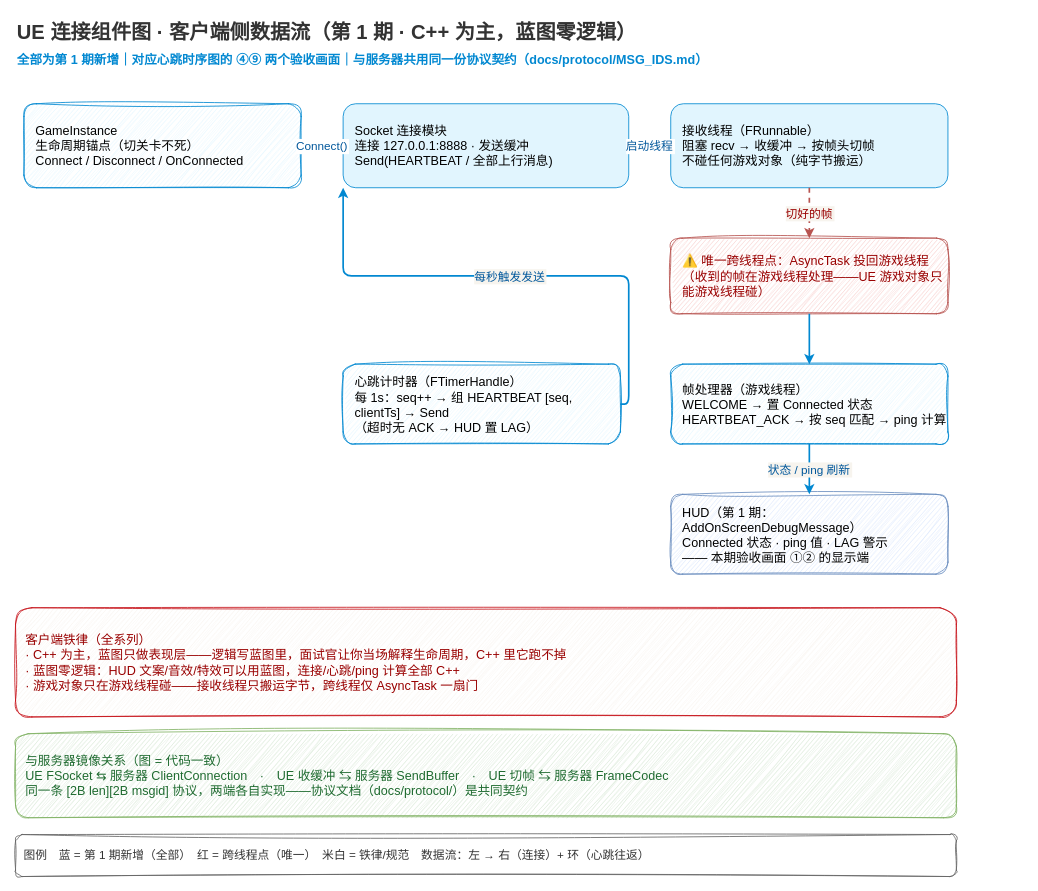
This is docs/episodes/ep01/ue_connection.drawio from x-PiXiu/Sightline, a draw.io file, before an edit. Source tidied: cells renumbered, new cells numbered last; positions are measured from the earlier drawing's top-left corner, leaving out a move shared by most shapes. Both pictures are drawn from the tidied source at 84%, with x=0, y=0 at pixel (15, 14).
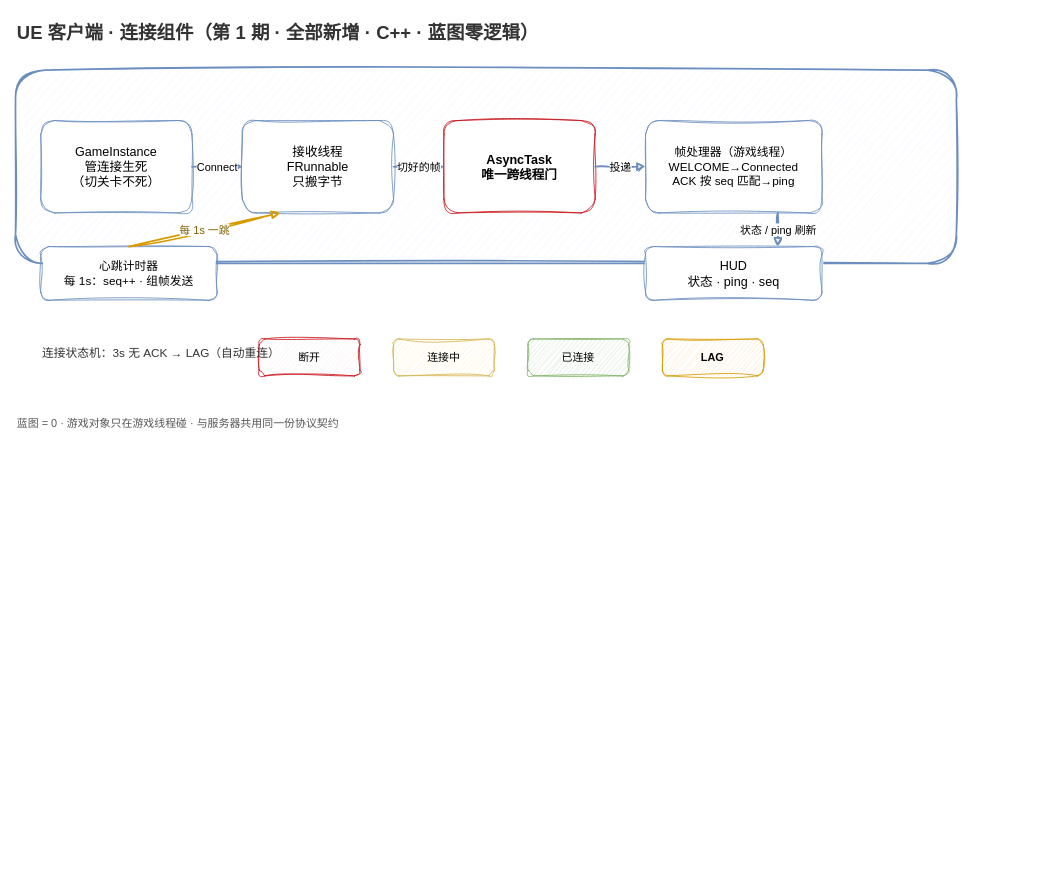
The same diagram, later.

Change to the diagram source:
```diff
@@
-    <mxCell id="2" value="UE 连接组件图 · 客户端侧数据流（第 1 期 · C++ 为主，蓝图零逻辑）" style="text;fontSize=24;fontStyle=1;fontColor=#333333;align=left;sketch=1;" parent="1" vertex="1">
-      <mxGeometry width="1100" height="36" as="geometry" />
+    <mxCell id="2" value="UE 客户端 · 连接组件（第 1 期 · 全部新增 · C++ · 蓝图零逻辑）" style="text;fontSize=22;fontStyle=1;fontColor=#333333;align=left;sketch=1;" parent="1" vertex="1">
+      <mxGeometry y="2" width="1000" height="34" as="geometry" />
     </mxCell>
-    <mxCell id="3" value="全部为第 1 期新增｜对应心跳时序图的 ④⑨ 两个验收画面｜与服务器共用同一份协议契约（docs/protocol/MSG_IDS.md）" style="text;fontSize=15;fontStyle=1;fontColor=#0288d1;align=left;" parent="1" vertex="1">
-      <mxGeometry y="38" width="1200" height="28" as="geometry" />
-    </mxCell>
-    <mxCell id="4" value="GameInstance&#10;生命周期锚点（切关卡不死）&#10;Connect / Disconnect / OnConnected" style="rounded=1;whiteSpace=wrap;fillColor=#e1f5fe;strokeColor=#0288d1;fontSize=15;align=left;spacingLeft=12;sketch=1;curveFitting=1;jiggle=2;" parent="1" vertex="1">
-      <mxGeometry x="10" y="106" width="330" height="100" as="geometry" />
-    </mxCell>
-    <mxCell id="5" value="Socket 连接模块&#10;连接 127.0.0.1:8888 · 发送缓冲&#10;Send(HEARTBEAT / 全部上行消息)" style="rounded=1;whiteSpace=wrap;fillColor=#e1f5fe;strokeColor=#0288d1;fontSize=15;align=left;spacingLeft=12;" parent="1" vertex="1">
-      <mxGeometry x="390" y="106" width="340" height="100" as="geometry" />
-    </mxCell>
-    <mxCell id="6" value="接收线程（FRunnable）&#10;阻塞 recv → 收缓冲 → 按帧头切帧&#10;不碰任何游戏对象（纯字节搬运）" style="rounded=1;whiteSpace=wrap;fillColor=#e1f5fe;strokeColor=#0288d1;fontSize=15;align=left;spacingLeft=12;" parent="1" vertex="1">
-      <mxGeometry x="780" y="106" width="330" height="100" as="geometry" />
-    </mxCell>
-    <mxCell id="7" value="Connect()" style="edgeStyle=none;strokeColor=#0288d1;strokeWidth=2;fontSize=14;fontColor=#01579b;background=#f7f4ee;exitX=1;exitY=0.5;entryX=0;entryY=0.5;" parent="1" edge="1" source="4" target="5">
-      <mxGeometry relative="1" as="geometry" />
-    </mxCell>
-    <mxCell id="8" value="启动线程" style="edgeStyle=none;strokeColor=#0288d1;strokeWidth=2;fontSize=14;fontColor=#01579b;background=#f7f4ee;exitX=1;exitY=0.5;entryX=0;entryY=0.5;" parent="1" edge="1" source="5" target="6">
-      <mxGeometry relative="1" as="geometry" />
-    </mxCell>
-    <mxCell id="9" value="⚠️ 唯一跨线程点：AsyncTask 投回游戏线程&#10;（收到的帧在游戏线程处理——UE 游戏对象只能游戏线程碰）" style="rounded=1;whiteSpace=wrap;fillColor=#f8cecc;strokeColor=#b85450;fontSize=15;fontColor=#990000;align=left;spacingLeft=12;sketch=1;curveFitting=1;jiggle=2;" parent="1" vertex="1">
-      <mxGeometry x="780" y="266" width="330" height="90" as="geometry" />
-    </mxCell>
+    <mxCell id="20" style="rounded=1;fillColor=#f8fbff;strokeColor=#6c8ebf;strokeWidth=2;sketch=1;curveFitting=1;jiggle=2;" parent="1" vertex="1">
+      <mxGeometry y="66" width="1120" height="230" as="geometry" />
+    </mxCell>
+    <mxCell id="21" value="GameInstance&#10;管连接生死&#10;（切关卡不死）" style="rounded=1;whiteSpace=wrap;fillColor=#ffffff;strokeColor=#6c8ebf;fontSize=15;sketch=1;curveFitting=1;jiggle=2;" parent="1" vertex="1">
+      <mxGeometry x="30" y="126" width="180" height="110" as="geometry" />
+    </mxCell>
+    <mxCell id="22" value="接收线程&#10;FRunnable&#10;只搬字节" style="rounded=1;whiteSpace=wrap;fillColor=#ffffff;strokeColor=#6c8ebf;fontSize=15;sketch=1;curveFitting=1;jiggle=2;" parent="1" vertex="1">
+      <mxGeometry x="270" y="126" width="180" height="110" as="geometry" />
+    </mxCell>
+    <mxCell id="23" value="AsyncTask&#10;唯一跨线程门" style="rounded=1;whiteSpace=wrap;fillColor=#ffffff;strokeColor=#c8161d;fontSize=15;fontStyle=1;sketch=1;curveFitting=1;jiggle=2;" parent="1" vertex="1">
+      <mxGeometry x="510" y="126" width="180" height="110" as="geometry" />
+    </mxCell>
+    <mxCell id="24" value="帧处理器（游戏线程）&#10;WELCOME→Connected&#10;ACK 按 seq 匹配→ping" style="rounded=1;whiteSpace=wrap;fillColor=#ffffff;strokeColor=#6c8ebf;fontSize=14;sketch=1;curveFitting=1;jiggle=2;" parent="1" vertex="1">
+      <mxGeometry x="750" y="126" width="210" height="110" as="geometry" />
+    </mxCell>
+    <mxCell id="25" value="HUD&#10;状态 · ping · seq" style="rounded=1;whiteSpace=wrap;fillColor=#ffffff;strokeColor=#6c8ebf;fontSize=15;sketch=1;curveFitting=1;jiggle=2;" parent="1" vertex="1">
+      <mxGeometry x="750" y="276" width="210" height="64" as="geometry" />
+    </mxCell>
+    <mxCell id="26" value="心跳计时器&#10;每 1s：seq++ · 组帧发送" style="rounded=1;whiteSpace=wrap;fillColor=#ffffff;strokeColor=#6c8ebf;fontSize=14;sketch=1;curveFitting=1;jiggle=2;" parent="1" vertex="1">
+      <mxGeometry x="30" y="276" width="210" height="64" as="geometry" />
+    </mxCell>
+    <mxCell id="27" value="Connect" style="endArrow=block;html=1;strokeColor=#6c8ebf;strokeWidth=2;sketch=1;curveFitting=1;jiggle=2;fontSize=13;" parent="1" edge="1" source="21" target="22">
+      <mxGeometry relative="1" as="geometry" />
+    </mxCell>
-    <mxCell id="10" value="切好的帧" style="edgeStyle=orthogonalEdgeStyle;strokeColor=#b85450;strokeWidth=2;dashed=1;fontSize=14;fontColor=#990000;exitX=0.5;exitY=1;entryX=0.5;entryY=0;labelBackgroundColor=#f7f4ee;" parent="1" edge="1" source="6" target="9">
+    <mxCell id="10" value="切好的帧" style="endArrow=block;html=1;strokeColor=#6c8ebf;strokeWidth=2;sketch=1;curveFitting=1;jiggle=2;fontSize=13;" parent="1" edge="1" source="22" target="23">
       <mxGeometry relative="1" as="geometry" />
     </mxCell>
-    <mxCell id="11" value="帧处理器（游戏线程）&#10;WELCOME → 置 Connected 状态&#10;HEARTBEAT_ACK → 按 seq 匹配 → ping 计算" style="rounded=1;whiteSpace=wrap;fillColor=#e1f5fe;strokeColor=#0288d1;fontSize=15;align=left;spacingLeft=12;sketch=1;curveFitting=1;jiggle=2;" parent="1" vertex="1">
-      <mxGeometry x="780" y="416" width="330" height="95" as="geometry" />
-    </mxCell>
-    <mxCell id="12" style="edgeStyle=orthogonalEdgeStyle;strokeColor=#0288d1;strokeWidth=2;exitX=0.5;exitY=1;entryX=0.5;entryY=0;" parent="1" edge="1" source="9" target="11">
-      <mxGeometry relative="1" as="geometry" />
-    </mxCell>
-    <mxCell id="13" value="心跳计时器（FTimerHandle）&#10;每 1s：seq++ → 组 HEARTBEAT [seq, clientTs] → Send&#10;（超时无 ACK → HUD 置 LAG）" style="rounded=1;whiteSpace=wrap;fillColor=#e1f5fe;strokeColor=#0288d1;fontSize=15;align=left;spacingLeft=12;sketch=1;curveFitting=1;jiggle=2;" parent="1" vertex="1">
-      <mxGeometry x="390" y="416" width="330" height="95" as="geometry" />
-    </mxCell>
-    <mxCell id="14" value="每秒触发发送" style="edgeStyle=orthogonalEdgeStyle;strokeColor=#0288d1;strokeWidth=2;fontSize=14;fontColor=#01579b;exitX=1;exitY=0.5;entryX=0;entryY=1;labelBackgroundColor=#f7f4ee;" parent="1" edge="1" source="13" target="5">
-      <mxGeometry relative="1" as="geometry" />
-    </mxCell>
-    <mxCell id="15" value="HUD（第 1 期：AddOnScreenDebugMessage）&#10;Connected 状态 · ping 值 · LAG 警示&#10;—— 本期验收画面 ①② 的显示端" style="rounded=1;whiteSpace=wrap;fillColor=#dae8fc;strokeColor=#6c8ebf;fontSize=15;align=left;spacingLeft=12;sketch=1;curveFitting=1;jiggle=2;" parent="1" vertex="1">
-      <mxGeometry x="780" y="571" width="330" height="95" as="geometry" />
-    </mxCell>
+    <mxCell id="28" value="投递" style="endArrow=block;html=1;strokeColor=#6c8ebf;strokeWidth=2;sketch=1;curveFitting=1;jiggle=2;fontSize=13;" parent="1" edge="1" source="23" target="24">
+      <mxGeometry relative="1" as="geometry" />
+    </mxCell>
-    <mxCell id="16" value="状态 / ping 刷新" style="edgeStyle=orthogonalEdgeStyle;strokeColor=#0288d1;strokeWidth=2;fontSize=14;fontColor=#01579b;exitX=0.5;exitY=1;entryX=0.5;entryY=0;labelBackgroundColor=#f7f4ee;" parent="1" edge="1" source="11" target="15">
+    <mxCell id="16" value="状态 / ping 刷新" style="endArrow=block;html=1;strokeColor=#6c8ebf;strokeWidth=2;sketch=1;curveFitting=1;jiggle=2;fontSize=13;exitX=0.75;exitY=1;entryX=0.75;entryY=0;" parent="1" edge="1" source="24" target="25">
       <mxGeometry relative="1" as="geometry" />
     </mxCell>
+    <mxCell id="29" value="每 1s 一跳" style="endArrow=block;html=1;strokeColor=#d79b00;strokeWidth=2;sketch=1;curveFitting=1;jiggle=2;fontSize=13;fontColor=#7f6000;exitX=0.5;exitY=0;entryX=0.25;entryY=1;" parent="1" edge="1" source="26" target="22">
+      <mxGeometry relative="1" as="geometry" />
+    </mxCell>
+    <mxCell id="30" value="断开" style="rounded=1;whiteSpace=wrap;fillColor=#f8f0f0;strokeColor=#c8161d;fontSize=13;sketch=1;curveFitting=1;jiggle=2;" parent="1" vertex="1">
+      <mxGeometry x="290" y="386" width="120" height="44" as="geometry" />
+    </mxCell>
+    <mxCell id="31" value="连接中" style="rounded=1;whiteSpace=wrap;fillColor=#fff2cc;strokeColor=#d6b656;fontSize=13;sketch=1;curveFitting=1;jiggle=2;" parent="1" vertex="1">
+      <mxGeometry x="450" y="386" width="120" height="44" as="geometry" />
+    </mxCell>
+    <mxCell id="32" value="已连接" style="rounded=1;whiteSpace=wrap;fillColor=#d5e8d4;strokeColor=#82b366;fontSize=13;sketch=1;curveFitting=1;jiggle=2;" parent="1" vertex="1">
+      <mxGeometry x="610" y="386" width="120" height="44" as="geometry" />
+    </mxCell>
+    <mxCell id="33" value="LAG" style="rounded=1;whiteSpace=wrap;fillColor=#ffe6cc;strokeColor=#d79b00;fontSize=13;fontStyle=1;sketch=1;curveFitting=1;jiggle=2;" parent="1" vertex="1">
+      <mxGeometry x="770" y="386" width="120" height="44" as="geometry" />
+    </mxCell>
+    <mxCell id="34" value="连接状态机：3s 无 ACK → LAG（自动重连）" style="text;fontSize=14;fontColor=#333333;align=left;sketch=1;" parent="1" vertex="1">
+      <mxGeometry x="30" y="388" width="250" height="40" as="geometry" />
+    </mxCell>
-    <mxCell id="17" value="客户端铁律（全系列）&#10;· C++ 为主，蓝图只做表现层——逻辑写蓝图里，面试官让你当场解释生命周期，C++ 里它跑不掉&#10;· 蓝图零逻辑：HUD 文案/音效/特效可以用蓝图，连接/心跳/ping 计算全部 C++&#10;· 游戏对象只在游戏线程碰——接收线程只搬运字节，跨线程仅 AsyncTask 一扇门" style="rounded=1;whiteSpace=wrap;fillColor=#f7f4ee;strokeColor=#c8161d;fontSize=15;fontColor=#990000;align=left;spacing=12;sketch=1;curveFitting=1;jiggle=2;" parent="1" vertex="1">
-      <mxGeometry y="706" width="1120" height="130" as="geometry" />
+    <mxCell id="17" value="蓝图 = 0 · 游戏对象只在游戏线程碰 · 与服务器共用同一份协议契约" style="text;fontSize=13;fontColor=#555555;align=left;sketch=1;" parent="1" vertex="1">
+      <mxGeometry y="472" width="1120" height="26" as="geometry" />
     </mxCell>
-    <mxCell id="18" value="与服务器镜像关系（图 = 代码一致）&#10;UE FSocket ⇆ 服务器 ClientConnection　·　UE 收缓冲 ⇆ 服务器 SendBuffer　·　UE 切帧 ⇆ 服务器 FrameCodec&#10;同一条 [2B len][2B msgid] 协议，两端各自实现——协议文档（docs/protocol/）是共同契约" style="rounded=1;whiteSpace=wrap;fillColor=#d5e8d4;strokeColor=#82b366;fontSize=15;fontColor=#1f6b30;align=left;spacing=12;sketch=1;curveFitting=1;jiggle=2;" parent="1" vertex="1">
-      <mxGeometry y="856" width="1120" height="100" as="geometry" />
-    </mxCell>
-    <mxCell id="19" value="图例　蓝 = 第 1 期新增（全部）　红 = 跨线程点（唯一）　米白 = 铁律/规范　数据流：左 → 右（连接）+ 环（心跳往返）" style="rounded=1;whiteSpace=wrap;fillColor=#ffffff;strokeColor=#666666;fontSize=14;fontColor=#333;align=left;spacing=10;sketch=1;curveFitting=1;jiggle=2;" parent="1" vertex="1">
-      <mxGeometry y="976" width="1120" height="50" as="geometry" />
-    </mxCell>
```
